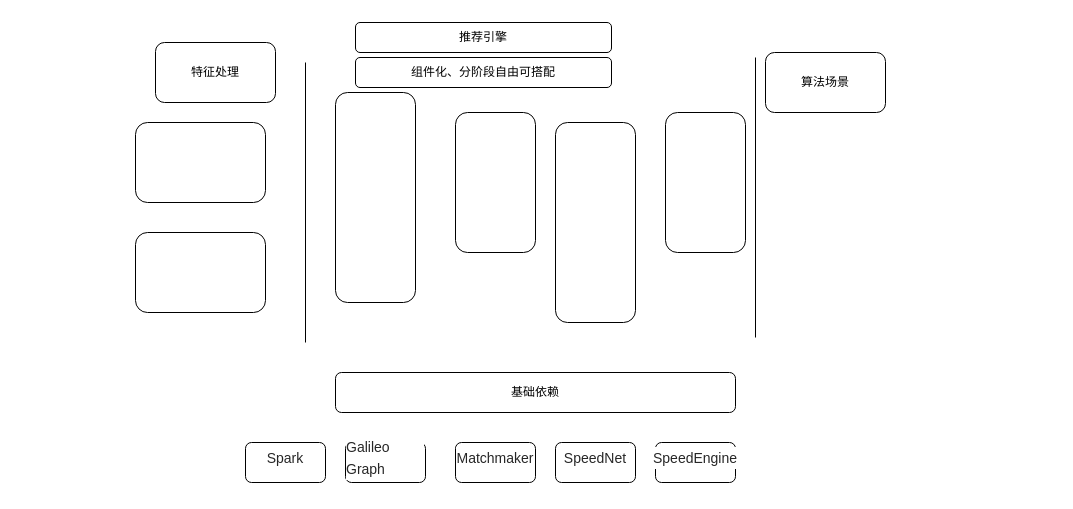
This is Untitled Diagram.drawio from JintaiYang/Ad-papers, a draw.io file, before an edit. Source tidied: cells renumbered, new cells numbered last; positions are measured from the earlier drawing's top-left corner, leaving out a move shared by most shapes. Both pictures are drawn from the tidied source at 100%, with x=0, y=0 at pixel (135, 22).
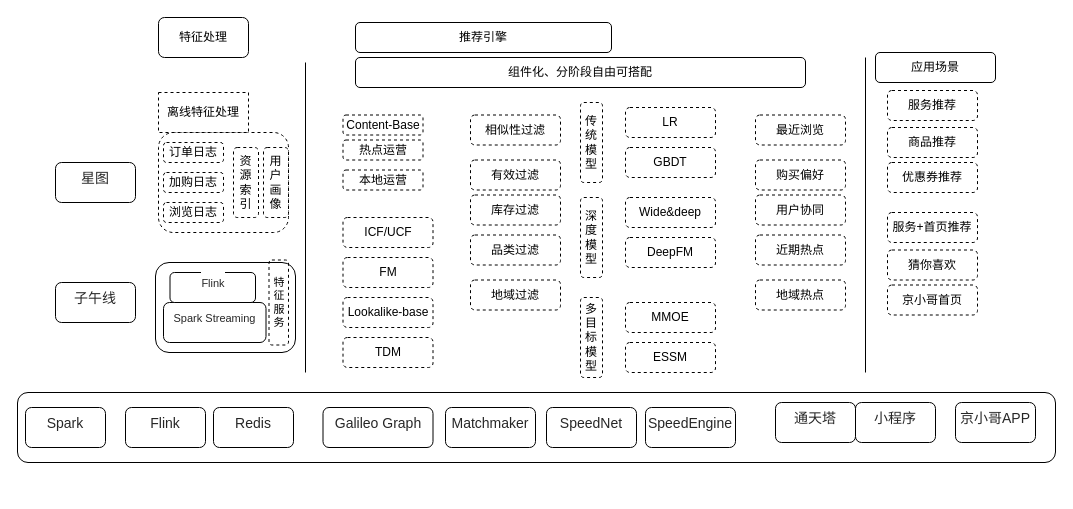
After the change.

Change to the diagram source:
```diff
@@
-    <mxCell id="2" style="rounded=1;whiteSpace=wrap;html=1;" parent="1" vertex="1">
-      <mxGeometry y="100" width="130" height="80" as="geometry" />
+    <mxCell id="2" style="rounded=1;whiteSpace=wrap;html=1;dashed=1;" parent="1" vertex="1">
+      <mxGeometry x="23" y="110" width="130" height="100" as="geometry" />
     </mxCell>
     <mxCell id="3" style="rounded=1;whiteSpace=wrap;html=1;" parent="1" vertex="1">
-      <mxGeometry y="210" width="130" height="80" as="geometry" />
+      <mxGeometry x="20" y="240" width="140" height="90" as="geometry" />
     </mxCell>
     <mxCell id="4" style="endArrow=none;html=1;rounded=0;" parent="1" edge="1">
       <mxGeometry relative="1" as="geometry">
-        <mxPoint x="170" y="320" as="sourcePoint" />
+        <mxPoint x="170" y="350" as="sourcePoint" />
         <mxPoint x="170" y="40" as="targetPoint" />
       </mxGeometry>
     </mxCell>
-    <mxCell id="5" style="rounded=1;whiteSpace=wrap;html=1;" parent="1" vertex="1">
-      <mxGeometry x="200" y="70" width="80" height="210" as="geometry" />
-    </mxCell>
-    <mxCell id="6" style="rounded=1;whiteSpace=wrap;html=1;" parent="1" vertex="1">
-      <mxGeometry x="420" y="100" width="80" height="200" as="geometry" />
-    </mxCell>
     <mxCell id="7" style="endArrow=none;html=1;rounded=0;" parent="1" edge="1">
       <mxGeometry relative="1" as="geometry">
-        <mxPoint x="620" y="315" as="sourcePoint" />
-        <mxPoint x="620" y="35" as="targetPoint" />
+        <mxPoint x="730" y="350" as="sourcePoint" />
+        <mxPoint x="730" y="35" as="targetPoint" />
       </mxGeometry>
     </mxCell>
@@
-    <mxCell id="9" style="rounded=1;whiteSpace=wrap;html=1;" parent="1" vertex="1">
-      <mxGeometry x="530" y="90" width="80" height="140" as="geometry" />
-    </mxCell>
-    <mxCell id="10" style="rounded=1;whiteSpace=wrap;html=1;" parent="1" vertex="1">
-      <mxGeometry x="320" y="90" width="80" height="140" as="geometry" />
-    </mxCell>
-    <mxCell id="11" value="基础依赖" style="rounded=1;whiteSpace=wrap;html=1;" parent="1" vertex="1">
-      <mxGeometry x="200" y="350" width="400" height="40" as="geometry" />
+    <mxCell id="11" style="rounded=1;whiteSpace=wrap;html=1;fillColor=none;" parent="1" vertex="1">
+      <mxGeometry x="-118" y="370" width="1038" height="70" as="geometry" />
     </mxCell>
     <mxCell id="12" value="特征处理" style="rounded=1;whiteSpace=wrap;html=1;" parent="1" vertex="1">
-      <mxGeometry x="20" y="20" width="120" height="60" as="geometry" />
+      <mxGeometry x="23" y="-5" width="90" height="40" as="geometry" />
     </mxCell>
     <mxCell id="13" value="&lt;h3 style=&quot;box-sizing: border-box; margin: 2px 0px 12px; color: rgba(0, 0, 0, 0.85); font-weight: 400; font-family: &amp;quot;PingFang SC&amp;quot;; font-size: 14px; line-height: 22px; text-align: start; background-color: rgb(255, 255, 255);&quot; data-v-6730d91e=&quot;&quot;&gt;Galileo Graph&lt;/h3&gt;" style="rounded=1;whiteSpace=wrap;html=1;" parent="1" vertex="1">
-      <mxGeometry x="210" y="420" width="80" height="40" as="geometry" />
+      <mxGeometry x="187.5" y="385" width="110" height="40" as="geometry" />
     </mxCell>
     <mxCell id="14" value="&lt;h3 style=&quot;box-sizing: border-box; margin: 2px 0px 12px; color: rgba(0, 0, 0, 0.85); font-weight: 400; font-family: &amp;quot;PingFang SC&amp;quot;; font-size: 14px; line-height: 22px; text-align: start; background-color: rgb(255, 255, 255);&quot; data-v-6730d91e=&quot;&quot;&gt;SpeedNet&lt;/h3&gt;" style="rounded=1;whiteSpace=wrap;html=1;" parent="1" vertex="1">
-      <mxGeometry x="420" y="420" width="80" height="40" as="geometry" />
+      <mxGeometry x="411" y="385" width="90" height="40" as="geometry" />
     </mxCell>
     <mxCell id="15" value="&lt;h3 style=&quot;box-sizing: border-box; margin: 2px 0px 12px; color: rgba(0, 0, 0, 0.85); font-weight: 400; font-family: &amp;quot;PingFang SC&amp;quot;; font-size: 14px; line-height: 22px; text-align: start; background-color: rgb(255, 255, 255);&quot; data-v-6730d91e=&quot;&quot;&gt;Matchmaker&lt;/h3&gt;" style="rounded=1;whiteSpace=wrap;html=1;" parent="1" vertex="1">
-      <mxGeometry x="320" y="420" width="80" height="40" as="geometry" />
+      <mxGeometry x="310" y="385" width="90" height="40" as="geometry" />
     </mxCell>
     <mxCell id="16" value="&lt;h3 style=&quot;box-sizing: border-box; margin: 2px 0px 12px; color: rgba(0, 0, 0, 0.85); font-weight: 400; font-family: &amp;quot;PingFang SC&amp;quot;; font-size: 14px; line-height: 22px; text-align: start; background-color: rgb(255, 255, 255);&quot; data-v-6730d91e=&quot;&quot;&gt;SpeedEngine&lt;/h3&gt;" style="rounded=1;whiteSpace=wrap;html=1;" parent="1" vertex="1">
-      <mxGeometry x="520" y="420" width="80" height="40" as="geometry" />
+      <mxGeometry x="510" y="385" width="90" height="40" as="geometry" />
     </mxCell>
-    <mxCell id="17" value="&lt;h3 style=&quot;box-sizing: border-box; margin: 2px 0px 12px; color: rgba(0, 0, 0, 0.85); font-weight: 400; font-family: &amp;quot;PingFang SC&amp;quot;; font-size: 14px; line-height: 22px; text-align: start; background-color: rgb(255, 255, 255);&quot; data-v-6730d91e=&quot;&quot;&gt;Spark&lt;/h3&gt;" style="rounded=1;whiteSpace=wrap;html=1;" parent="1" vertex="1">
-      <mxGeometry x="110" y="420" width="80" height="40" as="geometry" />
-    </mxCell>
     <mxCell id="18" value="组件化、分阶段自由可搭配" style="rounded=1;whiteSpace=wrap;html=1;" parent="1" vertex="1">
-      <mxGeometry x="220" y="35" width="256" height="30" as="geometry" />
+      <mxGeometry x="220" y="35" width="450" height="30" as="geometry" />
     </mxCell>
-    <mxCell id="19" value="算法场景" style="rounded=1;whiteSpace=wrap;html=1;" parent="1" vertex="1">
-      <mxGeometry x="630" y="30" width="120" height="60" as="geometry" />
+    <mxCell id="19" value="应用场景" style="rounded=1;whiteSpace=wrap;html=1;" parent="1" vertex="1">
+      <mxGeometry x="740" y="30" width="120" height="30" as="geometry" />
     </mxCell>
+    <mxCell id="20" value="离线特征处理" style="whiteSpace=wrap;html=1;dashed=1;" parent="1" vertex="1">
+      <mxGeometry x="23" y="70" width="90" height="40" as="geometry" />
+    </mxCell>
+    <mxCell id="21" value="订单日志" style="rounded=1;whiteSpace=wrap;html=1;dashed=1;" parent="1" vertex="1">
+      <mxGeometry x="28" y="120" width="60" height="20" as="geometry" />
+    </mxCell>
+    <mxCell id="22" value="浏览日志" style="rounded=1;whiteSpace=wrap;html=1;dashed=1;" parent="1" vertex="1">
+      <mxGeometry x="28" y="180" width="60" height="20" as="geometry" />
+    </mxCell>
+    <mxCell id="23" value="Content-Base" style="rounded=1;whiteSpace=wrap;html=1;dashed=1;" parent="1" vertex="1">
+      <mxGeometry x="207.5" y="92.5" width="80" height="20" as="geometry" />
+    </mxCell>
+    <mxCell id="24" value="用户画像" style="rounded=1;whiteSpace=wrap;html=1;dashed=1;" parent="1" vertex="1">
+      <mxGeometry x="128" y="125" width="25" height="70" as="geometry" />
+    </mxCell>
+    <mxCell id="25" value="资源索引" style="rounded=1;whiteSpace=wrap;html=1;dashed=1;" parent="1" vertex="1">
+      <mxGeometry x="98" y="125" width="25" height="70" as="geometry" />
+    </mxCell>
+    <mxCell id="26" value="&lt;h3 style=&quot;box-sizing: border-box; margin: 2px 0px 12px; color: rgba(0, 0, 0, 0.85); font-weight: 400; font-family: &amp;quot;PingFang SC&amp;quot;; font-size: 14px; line-height: 22px; text-align: start; background-color: rgb(255, 255, 255);&quot; data-v-6730d91e=&quot;&quot;&gt;小程序&lt;/h3&gt;" style="rounded=1;whiteSpace=wrap;html=1;" parent="1" vertex="1">
+      <mxGeometry x="720" y="380" width="80" height="40" as="geometry" />
+    </mxCell>
+    <mxCell id="27" value="&lt;h3 style=&quot;box-sizing: border-box; margin: 2px 0px 12px; color: rgba(0, 0, 0, 0.85); font-weight: 400; font-family: &amp;quot;PingFang SC&amp;quot;; font-size: 14px; line-height: 22px; text-align: start; background-color: rgb(255, 255, 255);&quot; data-v-6730d91e=&quot;&quot;&gt;通天塔&lt;/h3&gt;" style="rounded=1;whiteSpace=wrap;html=1;" parent="1" vertex="1">
+      <mxGeometry x="640" y="380" width="80" height="40" as="geometry" />
+    </mxCell>
+    <mxCell id="28" value="&lt;h3 style=&quot;box-sizing: border-box; margin: 2px 0px 12px; color: rgba(0, 0, 0, 0.85); font-weight: 400; font-family: &amp;quot;PingFang SC&amp;quot;; font-size: 14px; line-height: 22px; text-align: start; background-color: rgb(255, 255, 255);&quot; data-v-6730d91e=&quot;&quot;&gt;Flink&lt;/h3&gt;" style="rounded=1;whiteSpace=wrap;html=1;" parent="1" vertex="1">
+      <mxGeometry x="-10" y="385" width="80" height="40" as="geometry" />
+    </mxCell>
+    <mxCell id="29" value="&lt;h3 style=&quot;box-sizing: border-box; margin: 2px 0px 12px; color: rgba(0, 0, 0, 0.85); font-weight: 400; font-family: &amp;quot;PingFang SC&amp;quot;; line-height: 22px; text-align: start; background-color: rgb(255, 255, 255);&quot; data-v-6730d91e=&quot;&quot;&gt;&lt;font style=&quot;font-size: 11px;&quot;&gt;Spark Streaming&lt;/font&gt;&lt;/h3&gt;" style="rounded=1;whiteSpace=wrap;html=1;" parent="1" vertex="1">
+      <mxGeometry x="28" y="280" width="102.5" height="40" as="geometry" />
+    </mxCell>
+    <mxCell id="30" value="&lt;h3 style=&quot;box-sizing: border-box; margin: 2px 0px 12px; color: rgba(0, 0, 0, 0.85); font-weight: 400; font-family: &amp;quot;PingFang SC&amp;quot;; font-size: 14px; line-height: 22px; text-align: start; background-color: rgb(255, 255, 255);&quot; data-v-6730d91e=&quot;&quot;&gt;星图&lt;/h3&gt;" style="rounded=1;whiteSpace=wrap;html=1;" parent="1" vertex="1">
+      <mxGeometry x="-80" y="140" width="80" height="40" as="geometry" />
+    </mxCell>
+    <mxCell id="31" value="&lt;h3 style=&quot;box-sizing: border-box; margin: 2px 0px 12px; color: rgba(0, 0, 0, 0.85); font-weight: 400; font-family: &amp;quot;PingFang SC&amp;quot;; font-size: 14px; line-height: 22px; text-align: start; background-color: rgb(255, 255, 255);&quot; data-v-6730d91e=&quot;&quot;&gt;京小哥APP&lt;/h3&gt;" style="rounded=1;whiteSpace=wrap;html=1;" parent="1" vertex="1">
+      <mxGeometry x="820" y="380" width="80" height="40" as="geometry" />
+    </mxCell>
+    <mxCell id="32" value="热点运营" style="rounded=1;whiteSpace=wrap;html=1;dashed=1;" parent="1" vertex="1">
+      <mxGeometry x="207.5" y="117.5" width="80" height="20" as="geometry" />
+    </mxCell>
+    <mxCell id="33" value="相似性过滤" style="rounded=1;whiteSpace=wrap;html=1;dashed=1;fillColor=none;" parent="1" vertex="1">
+      <mxGeometry x="335" y="92.5" width="90" height="30" as="geometry" />
+    </mxCell>
+    <mxCell id="34" value="GBDT" style="rounded=1;whiteSpace=wrap;html=1;dashed=1;fillColor=none;" parent="1" vertex="1">
+      <mxGeometry x="490" y="125" width="90" height="30" as="geometry" />
+    </mxCell>
+    <mxCell id="35" value="库存过滤" style="rounded=1;whiteSpace=wrap;html=1;dashed=1;fillColor=none;" parent="1" vertex="1">
+      <mxGeometry x="335" y="172.5" width="90" height="30" as="geometry" />
+    </mxCell>
+    <mxCell id="36" value="品类过滤" style="rounded=1;whiteSpace=wrap;html=1;dashed=1;fillColor=none;" parent="1" vertex="1">
+      <mxGeometry x="335" y="212.5" width="90" height="30" as="geometry" />
+    </mxCell>
+    <mxCell id="37" value="ICF/UCF" style="rounded=1;whiteSpace=wrap;html=1;dashed=1;fillColor=none;" parent="1" vertex="1">
+      <mxGeometry x="207.5" y="195" width="90" height="30" as="geometry" />
+    </mxCell>
+    <mxCell id="38" value="FM" style="rounded=1;whiteSpace=wrap;html=1;dashed=1;fillColor=none;" parent="1" vertex="1">
+      <mxGeometry x="207.5" y="235" width="90" height="30" as="geometry" />
+    </mxCell>
+    <mxCell id="39" value="Lookalike-base" style="rounded=1;whiteSpace=wrap;html=1;dashed=1;fillColor=none;" parent="1" vertex="1">
+      <mxGeometry x="207.5" y="275" width="90" height="30" as="geometry" />
+    </mxCell>
+    <mxCell id="40" value="TDM" style="rounded=1;whiteSpace=wrap;html=1;dashed=1;fillColor=none;" parent="1" vertex="1">
+      <mxGeometry x="207.5" y="315" width="90" height="30" as="geometry" />
+    </mxCell>
+    <mxCell id="41" value="地域过滤" style="rounded=1;whiteSpace=wrap;html=1;dashed=1;fillColor=none;" parent="1" vertex="1">
+      <mxGeometry x="335" y="257.5" width="90" height="30" as="geometry" />
+    </mxCell>
+    <mxCell id="42" value="传统模型" style="rounded=1;whiteSpace=wrap;html=1;dashed=1;fillColor=none;" parent="1" vertex="1">
+      <mxGeometry x="445" y="80" width="22" height="80" as="geometry" />
+    </mxCell>
+    <mxCell id="43" value="深度模型" style="rounded=1;whiteSpace=wrap;html=1;dashed=1;fillColor=none;" parent="1" vertex="1">
+      <mxGeometry x="445" y="175" width="22" height="80" as="geometry" />
+    </mxCell>
+    <mxCell id="44" value="多目标模型" style="rounded=1;whiteSpace=wrap;html=1;dashed=1;fillColor=none;" parent="1" vertex="1">
+      <mxGeometry x="445" y="275" width="22" height="80" as="geometry" />
+    </mxCell>
+    <mxCell id="45" value="LR" style="rounded=1;whiteSpace=wrap;html=1;dashed=1;fillColor=none;" parent="1" vertex="1">
+      <mxGeometry x="490" y="85" width="90" height="30" as="geometry" />
+    </mxCell>
+    <mxCell id="46" value="有效过滤" style="rounded=1;whiteSpace=wrap;html=1;dashed=1;fillColor=none;" parent="1" vertex="1">
+      <mxGeometry x="335" y="137.5" width="90" height="30" as="geometry" />
+    </mxCell>
+    <mxCell id="47" value="Wide&amp;amp;deep" style="rounded=1;whiteSpace=wrap;html=1;dashed=1;fillColor=none;" parent="1" vertex="1">
+      <mxGeometry x="490" y="175" width="90" height="30" as="geometry" />
+    </mxCell>
+    <mxCell id="48" value="DeepFM" style="rounded=1;whiteSpace=wrap;html=1;dashed=1;fillColor=none;" parent="1" vertex="1">
+      <mxGeometry x="490" y="215" width="90" height="30" as="geometry" />
+    </mxCell>
+    <mxCell id="49" value="ESSM" style="rounded=1;whiteSpace=wrap;html=1;dashed=1;fillColor=none;" parent="1" vertex="1">
+      <mxGeometry x="490" y="320" width="90" height="30" as="geometry" />
+    </mxCell>
+    <mxCell id="50" value="MMOE" style="rounded=1;whiteSpace=wrap;html=1;dashed=1;fillColor=none;" parent="1" vertex="1">
+      <mxGeometry x="490" y="280" width="90" height="30" as="geometry" />
+    </mxCell>
+    <mxCell id="51" value="本地运营" style="rounded=1;whiteSpace=wrap;html=1;dashed=1;" parent="1" vertex="1">
+      <mxGeometry x="207.5" y="147.5" width="80" height="20" as="geometry" />
+    </mxCell>
+    <mxCell id="52" value="加购日志" style="rounded=1;whiteSpace=wrap;html=1;dashed=1;" parent="1" vertex="1">
+      <mxGeometry x="28" y="150" width="60" height="20" as="geometry" />
+    </mxCell>
+    <mxCell id="53" value="&lt;h3 style=&quot;box-sizing: border-box; margin: 2px 0px 12px; color: rgba(0, 0, 0, 0.85); font-weight: 400; font-family: &amp;quot;PingFang SC&amp;quot;; font-size: 14px; line-height: 22px; text-align: start; background-color: rgb(255, 255, 255);&quot; data-v-6730d91e=&quot;&quot;&gt;子午线&lt;/h3&gt;" style="rounded=1;whiteSpace=wrap;html=1;" parent="1" vertex="1">
+      <mxGeometry x="-80" y="260" width="80" height="40" as="geometry" />
+    </mxCell>
+    <mxCell id="54" value="&lt;h3 style=&quot;box-sizing: border-box; margin: 2px 0px 12px; color: rgba(0, 0, 0, 0.85); font-weight: 400; font-family: &amp;quot;PingFang SC&amp;quot;; line-height: 22px; text-align: start; background-color: rgb(255, 255, 255);&quot; data-v-6730d91e=&quot;&quot;&gt;&lt;span style=&quot;font-size: 11px;&quot;&gt;Flink&lt;/span&gt;&lt;/h3&gt;" style="rounded=1;whiteSpace=wrap;html=1;" parent="1" vertex="1">
+      <mxGeometry x="34.5" y="250" width="85.5" height="30" as="geometry" />
+    </mxCell>
+    <mxCell id="55" value="特&lt;br&gt;征&lt;br&gt;服&lt;br&gt;务" style="rounded=1;whiteSpace=wrap;html=1;dashed=1;fontSize=11;fillColor=none;" parent="1" vertex="1">
+      <mxGeometry x="133.5" y="237.5" width="19.5" height="85" as="geometry" />
+    </mxCell>
+    <mxCell id="56" value="服务推荐" style="rounded=1;whiteSpace=wrap;html=1;dashed=1;fillColor=none;" parent="1" vertex="1">
+      <mxGeometry x="752" y="68" width="90" height="30" as="geometry" />
+    </mxCell>
+    <mxCell id="57" value="优惠券推荐" style="rounded=1;whiteSpace=wrap;html=1;dashed=1;fillColor=none;" parent="1" vertex="1">
+      <mxGeometry x="752" y="140" width="90" height="30" as="geometry" />
+    </mxCell>
+    <mxCell id="58" value="商品推荐" style="rounded=1;whiteSpace=wrap;html=1;dashed=1;fillColor=none;" parent="1" vertex="1">
+      <mxGeometry x="752" y="105" width="90" height="30" as="geometry" />
+    </mxCell>
+    <mxCell id="59" value="服务+首页推荐" style="rounded=1;whiteSpace=wrap;html=1;dashed=1;fillColor=none;" parent="1" vertex="1">
+      <mxGeometry x="752" y="190" width="90" height="30" as="geometry" />
+    </mxCell>
+    <mxCell id="60" value="京小哥首页" style="rounded=1;whiteSpace=wrap;html=1;dashed=1;fillColor=none;" parent="1" vertex="1">
+      <mxGeometry x="752" y="262.5" width="90" height="30" as="geometry" />
+    </mxCell>
+    <mxCell id="61" value="猜你喜欢" style="rounded=1;whiteSpace=wrap;html=1;dashed=1;fillColor=none;" parent="1" vertex="1">
+      <mxGeometry x="752" y="227.5" width="90" height="30" as="geometry" />
+    </mxCell>
+    <mxCell id="62" value="最近浏览" style="rounded=1;whiteSpace=wrap;html=1;dashed=1;fillColor=none;" parent="1" vertex="1">
+      <mxGeometry x="620" y="92.5" width="90" height="30" as="geometry" />
+    </mxCell>
+    <mxCell id="63" value="用户协同" style="rounded=1;whiteSpace=wrap;html=1;dashed=1;fillColor=none;" parent="1" vertex="1">
+      <mxGeometry x="620" y="172.5" width="90" height="30" as="geometry" />
+    </mxCell>
+    <mxCell id="64" value="近期热点" style="rounded=1;whiteSpace=wrap;html=1;dashed=1;fillColor=none;" parent="1" vertex="1">
+      <mxGeometry x="620" y="212.5" width="90" height="30" as="geometry" />
+    </mxCell>
+    <mxCell id="65" value="地域热点" style="rounded=1;whiteSpace=wrap;html=1;dashed=1;fillColor=none;" parent="1" vertex="1">
+      <mxGeometry x="620" y="257.5" width="90" height="30" as="geometry" />
+    </mxCell>
+    <mxCell id="66" value="购买偏好" style="rounded=1;whiteSpace=wrap;html=1;dashed=1;fillColor=none;" parent="1" vertex="1">
+      <mxGeometry x="620" y="137.5" width="90" height="30" as="geometry" />
+    </mxCell>
+    <mxCell id="67" value="&lt;h3 style=&quot;box-sizing: border-box; margin: 2px 0px 12px; color: rgba(0, 0, 0, 0.85); font-weight: 400; font-family: &amp;quot;PingFang SC&amp;quot;; font-size: 14px; line-height: 22px; text-align: start; background-color: rgb(255, 255, 255);&quot; data-v-6730d91e=&quot;&quot;&gt;Redis&lt;/h3&gt;" style="rounded=1;whiteSpace=wrap;html=1;" parent="1" vertex="1">
+      <mxGeometry x="78" y="385" width="80" height="40" as="geometry" />
+    </mxCell>
+    <mxCell id="17" value="&lt;h3 style=&quot;box-sizing: border-box; margin: 2px 0px 12px; color: rgba(0, 0, 0, 0.85); font-weight: 400; font-family: &amp;quot;PingFang SC&amp;quot;; font-size: 14px; line-height: 22px; text-align: start; background-color: rgb(255, 255, 255);&quot; data-v-6730d91e=&quot;&quot;&gt;Spark&lt;/h3&gt;" style="rounded=1;whiteSpace=wrap;html=1;" parent="1" vertex="1">
+      <mxGeometry x="-110" y="385" width="80" height="40" as="geometry" />
+    </mxCell>
```
